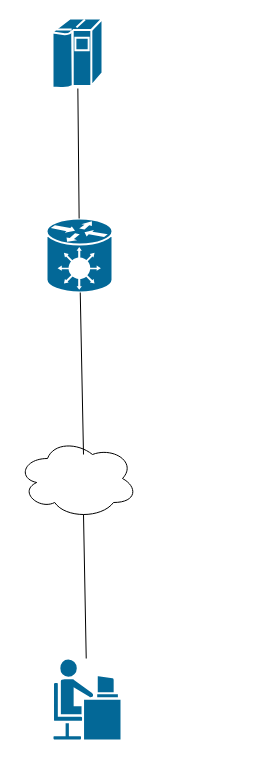
Above: Untitled Diagram.drawio in Earthry/123 (draw.io), before the change. Source tidied: cells renumbered, new cells numbered last; positions are measured from the earlier drawing's top-left corner, leaving out a move shared by most shapes. Both pictures are drawn from the tidied source at 100%, with x=0, y=0 at pixel (17, 18).
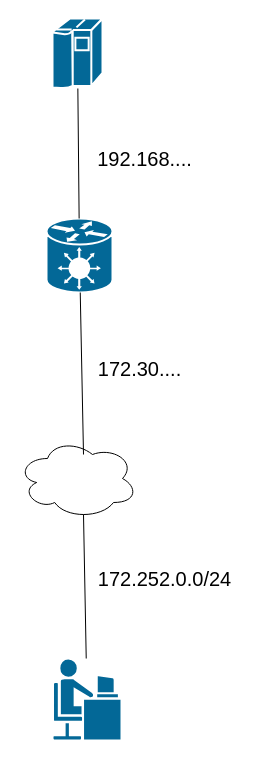
The same page after the edit.

Diff of the diagram source:
```diff
@@
 <mxGraphModel>
   <root>
     <mxCell id="0" />
     <mxCell id="1" parent="0" />
     <mxCell id="2" style="shape=mxgraph.cisco.people.androgenous_person;html=1;dashed=0;fillColor=#036897;strokeColor=#ffffff;strokeWidth=2;verticalLabelPosition=bottom;verticalAlign=top;align=center;outlineConnect=0;" parent="1" vertex="1">
       <mxGeometry x="35" y="640" width="69" height="82" as="geometry" />
     </mxCell>
     <mxCell id="3" style="shape=mxgraph.cisco.computers_and_peripherals.ibm_mainframe;html=1;dashed=0;fillColor=#036897;strokeColor=#ffffff;strokeWidth=2;verticalLabelPosition=bottom;verticalAlign=top;align=center;outlineConnect=0;" parent="1" vertex="1">
       <mxGeometry x="35" width="50" height="70" as="geometry" />
     </mxCell>
     <mxCell id="4" style="shape=mxgraph.cisco.hubs_and_gateways.generic_gateway;html=1;dashed=0;fillColor=#036897;strokeColor=#ffffff;strokeWidth=2;verticalLabelPosition=bottom;verticalAlign=top;align=center;outlineConnect=0;" parent="1" vertex="1">
       <mxGeometry x="29" y="200" width="66" height="74" as="geometry" />
     </mxCell>
     <mxCell id="5" style="ellipse;shape=cloud;whiteSpace=wrap;html=1;" parent="1" vertex="1">
       <mxGeometry y="420" width="120" height="80" as="geometry" />
     </mxCell>
     <mxCell id="6" style="endArrow=none;html=1;entryX=0.55;entryY=0.95;entryDx=0;entryDy=0;entryPerimeter=0;" parent="1" edge="1" source="2" target="5">
       <mxGeometry relative="1" as="geometry" />
     </mxCell>
     <mxCell id="7" style="endArrow=none;html=1;exitX=0.55;exitY=0.2;exitDx=0;exitDy=0;exitPerimeter=0;" parent="1" edge="1" source="5" target="4">
       <mxGeometry relative="1" as="geometry" />
     </mxCell>
     <mxCell id="8" style="endArrow=none;html=1;" parent="1" edge="1" source="4" target="3">
       <mxGeometry relative="1" as="geometry" />
     </mxCell>
+    <mxCell id="9" value="&lt;font style=&quot;font-size: 20px&quot;&gt;192.168....&lt;/font&gt;" style="text;html=1;align=center;verticalAlign=middle;fillColor=none;strokeColor=none;rounded=0;" parent="1" vertex="1">
+      <mxGeometry x="72" y="130" width="110" height="20" as="geometry" />
+    </mxCell>
+    <mxCell id="10" value="&lt;font style=&quot;font-size: 20px&quot;&gt;172.30....&lt;/font&gt;" style="text;html=1;align=center;verticalAlign=middle;fillColor=none;strokeColor=none;rounded=0;" parent="1" vertex="1">
+      <mxGeometry x="72" y="340" width="100" height="20" as="geometry" />
+    </mxCell>
+    <mxCell id="11" value="&lt;font style=&quot;font-size: 20px&quot;&gt;172.252.0.0/24&lt;/font&gt;" style="text;html=1;align=center;verticalAlign=middle;fillColor=none;strokeColor=none;rounded=0;" parent="1" vertex="1">
+      <mxGeometry x="72" y="550" width="150" height="20" as="geometry" />
+    </mxCell>
   </root>
 </mxGraphModel>
```
